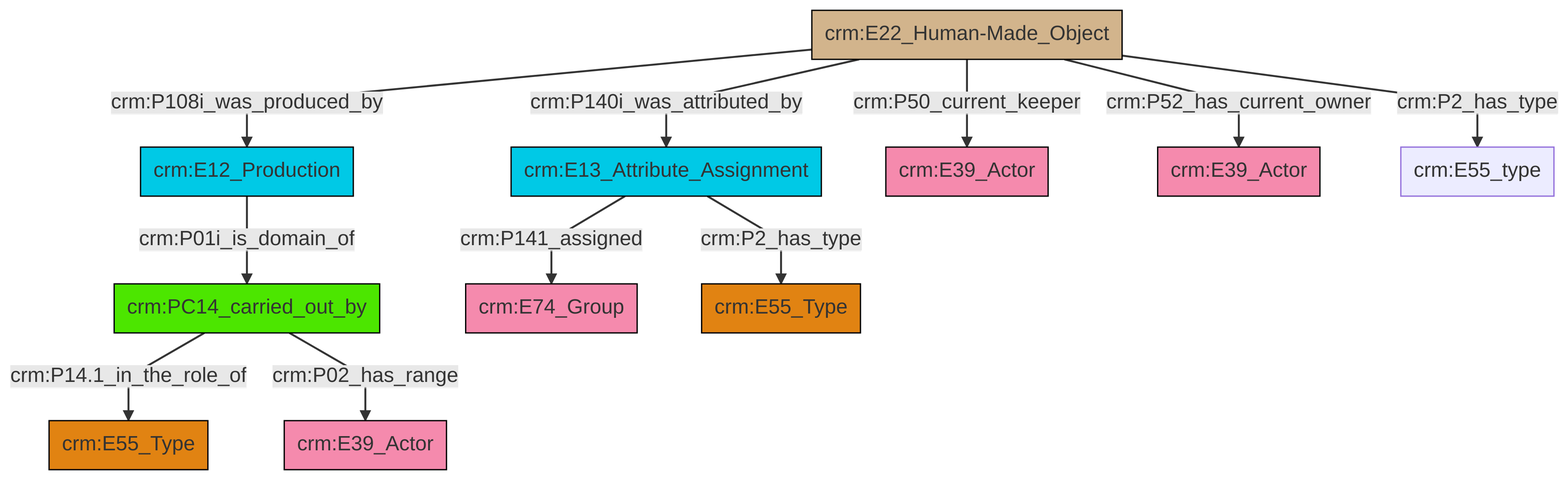
Before: et/artworkCSV/ttl/mmd/png/Artwork_Actor_Relations.png, a diagram exported from Mermaid (swiss-art-research-net/reference-data-models). Its source is kept beside it as et/artworkCSV/ttl/mmd/Artwork_Actor_Relations.ttl.mmd.
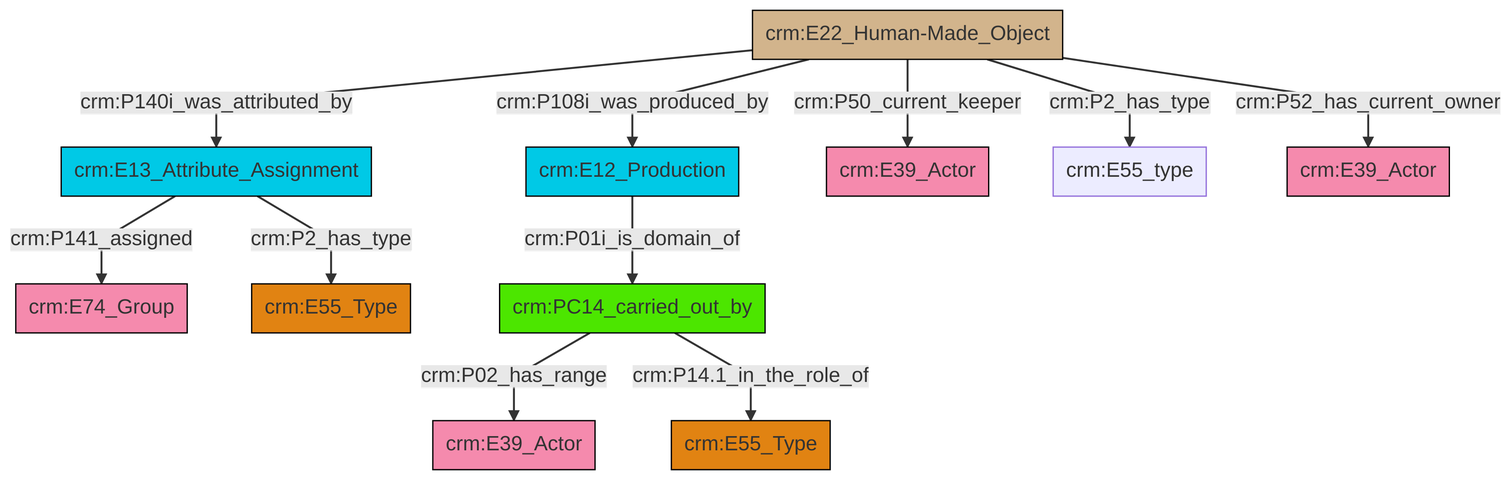
Later version of the same file.

Diff of the diagram source:
```diff
@@ -13,13 +13,13 @@
 classDef PC_Classes fill:#4ce600, stroke:#000000;
 classDef Multi fill:#cccccc,stroke:#000000;
 
-0["crm:E22_Human-Made_Object"]:::Physical_Thing -->|crm:P108i_was_produced_by| 1["crm:E12_Production"]:::Temporal_Entity
-0["crm:E22_Human-Made_Object"]:::Physical_Thing -->|crm:P140i_was_attributed_by| 4["crm:E13_Attribute_Assignment"]:::Temporal_Entity
-0["crm:E22_Human-Made_Object"]:::Physical_Thing -->|crm:P50_current_keeper| 5["crm:E39_Actor"]:::Actor
-0["crm:E22_Human-Made_Object"]:::Physical_Thing -->|crm:P52_has_current_owner| 8["crm:E39_Actor"]:::Actor
-6["crm:PC14_carried_out_by"]:::PC_Classes -->|crm:P14.1_in_the_role_of| 9["crm:E55_Type"]:::Type
-1["crm:E12_Production"]:::Temporal_Entity -->|crm:P01i_is_domain_of| 6["crm:PC14_carried_out_by"]:::PC_Classes
-6["crm:PC14_carried_out_by"]:::PC_Classes -->|crm:P02_has_range| 11["crm:E39_Actor"]:::Actor
-4["crm:E13_Attribute_Assignment"]:::Temporal_Entity -->|crm:P141_assigned| 12["crm:E74_Group"]:::Actor
-0["crm:E22_Human-Made_Object"]:::Physical_Thing -->|crm:P2_has_type| 13["crm:E55_type"]:::Default
-4["crm:E13_Attribute_Assignment"]:::Temporal_Entity -->|crm:P2_has_type| 2["crm:E55_Type"]:::Type
+6["crm:E22_Human-Made_Object"]:::Physical_Thing -->|crm:P140i_was_attributed_by| 7["crm:E13_Attribute_Assignment"]:::Temporal_Entity
+7["crm:E13_Attribute_Assignment"]:::Temporal_Entity -->|crm:P141_assigned| 0["crm:E74_Group"]:::Actor
+6["crm:E22_Human-Made_Object"]:::Physical_Thing -->|crm:P50_current_keeper| 9["crm:E39_Actor"]:::Actor
+7["crm:E13_Attribute_Assignment"]:::Temporal_Entity -->|crm:P2_has_type| 11["crm:E55_Type"]:::Type
+2["crm:E12_Production"]:::Temporal_Entity -->|crm:P01i_is_domain_of| 13["crm:PC14_carried_out_by"]:::PC_Classes
+13["crm:PC14_carried_out_by"]:::PC_Classes -->|crm:P02_has_range| 14["crm:E39_Actor"]:::Actor
+6["crm:E22_Human-Made_Object"]:::Physical_Thing -->|crm:P2_has_type| 15["crm:E55_type"]:::Default
+6["crm:E22_Human-Made_Object"]:::Physical_Thing -->|crm:P108i_was_produced_by| 2["crm:E12_Production"]:::Temporal_Entity
+6["crm:E22_Human-Made_Object"]:::Physical_Thing -->|crm:P52_has_current_owner| 17["crm:E39_Actor"]:::Actor
+13["crm:PC14_carried_out_by"]:::PC_Classes -->|crm:P14.1_in_the_role_of| 4["crm:E55_Type"]:::Type
```
